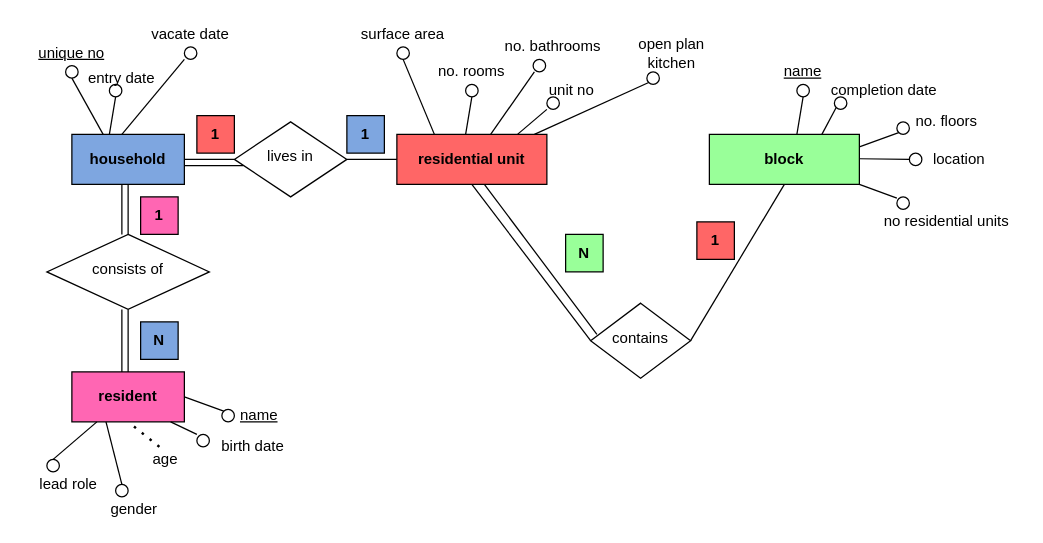
The draw.io diagram Untitled Diagram.drawio in aarzt21/python, before the edit. Source tidied: cells renumbered, new cells numbered last; positions are measured from the earlier drawing's top-left corner, leaving out a move shared by most shapes. Both pictures are drawn from the tidied source at 125%, with x=0, y=0 at pixel (21, 21).
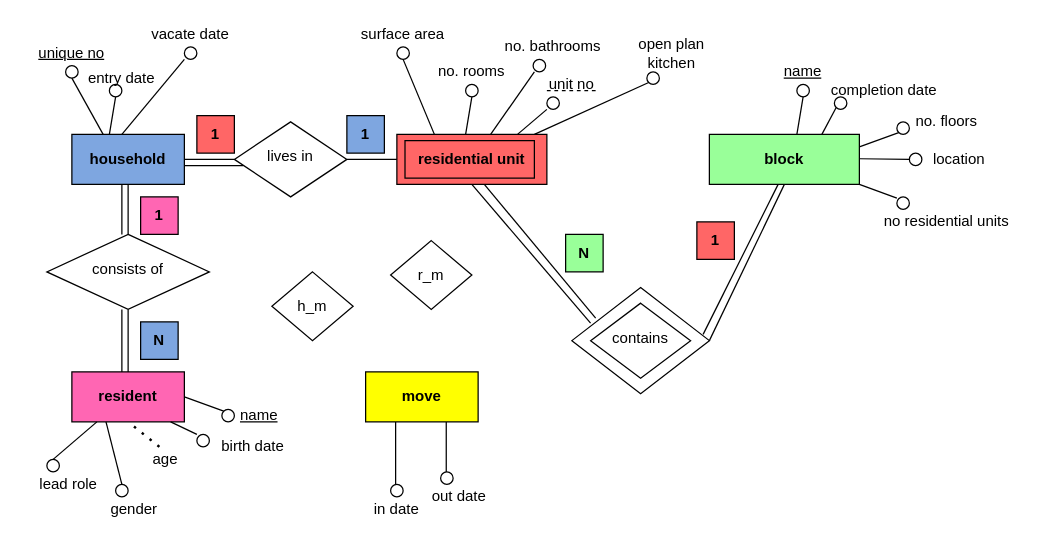
Above is the later version.

The change refers to these unchanged cells:
```xml
<mxCell id="2" value="contains" style="rhombus;whiteSpace=wrap;html=1;shadow=0;fontFamily=Helvetica;fontSize=12;align=center;strokeWidth=1;spacing=6;spacingTop=-4;" parent="1" vertex="1">
  <mxGeometry x="455" y="225" width="80" height="60" as="geometry" />
</mxCell>
<mxCell id="5" value="&lt;b&gt;residential unit&lt;/b&gt;" style="rounded=0;whiteSpace=wrap;html=1;fillColor=#FF6666;gradientColor=none;" parent="1" vertex="1">
  <mxGeometry x="300" y="90" width="120" height="40" as="geometry" />
</mxCell>
```

The edit, as a diff of the source:
```diff
@@
-    <mxCell id="3" style="endArrow=none;html=1;entryX=0.5;entryY=1;entryDx=0;entryDy=0;exitX=1;exitY=0.5;exitDx=0;exitDy=0;" parent="1" edge="1" source="2">
+    <mxCell id="3" style="endArrow=none;html=1;entryX=0.5;entryY=1;entryDx=0;entryDy=0;exitX=1;exitY=0.5;exitDx=0;exitDy=0;" parent="1" edge="1" source="80">
       <mxGeometry relative="1" as="geometry">
         <mxPoint x="610" y="130" as="targetPoint" />
       </mxGeometry>
     </mxCell>
-    <mxCell id="4" style="endArrow=none;html=1;entryX=0.5;entryY=1;entryDx=0;entryDy=0;exitX=0;exitY=0.5;exitDx=0;exitDy=0;" parent="1" edge="1" source="2">
+    <mxCell id="4" style="endArrow=none;html=1;entryX=0.5;entryY=1;entryDx=0;entryDy=0;exitX=0.136;exitY=0.335;exitDx=0;exitDy=0;exitPerimeter=0;" parent="1" edge="1" source="80">
       <mxGeometry relative="1" as="geometry">
         <mxPoint x="360" y="130" as="targetPoint" />
       </mxGeometry>
     </mxCell>
@@
     <mxCell id="39" value="unit no" style="text;html=1;strokeColor=none;fillColor=none;align=center;verticalAlign=middle;whiteSpace=wrap;rounded=0;" parent="1" vertex="1">
-      <mxGeometry x="400" y="45" width="80" height="20" as="geometry" />
+      <mxGeometry x="400" y="40" width="80" height="20" as="geometry" />
     </mxCell>
@@
-    <mxCell id="76" style="endArrow=none;html=1;" parent="1" edge="1">
-      <mxGeometry relative="1" as="geometry">
-        <mxPoint x="460" y="250" as="sourcePoint" />
-        <mxPoint x="370" y="130" as="targetPoint" />
-      </mxGeometry>
+    <mxCell id="76" style="endArrow=none;html=1;entryX=0.583;entryY=1;entryDx=0;entryDy=0;entryPerimeter=0;exitX=0.173;exitY=0.288;exitDx=0;exitDy=0;exitPerimeter=0;" parent="1" edge="1" source="80" target="5">
+      <mxGeometry relative="1" as="geometry" />
     </mxCell>
@@
+    <mxCell id="78" style="rounded=0;whiteSpace=wrap;html=1;fillColor=none;gradientColor=none;" parent="1" vertex="1">
+      <mxGeometry x="306.5" y="95" width="103.5" height="30" as="geometry" />
+    </mxCell>
+    <mxCell id="79" style="endArrow=none;dashed=1;html=1;" parent="1" edge="1">
+      <mxGeometry relative="1" as="geometry">
+        <mxPoint x="420" y="55" as="sourcePoint" />
+        <mxPoint x="460" y="55" as="targetPoint" />
+      </mxGeometry>
+    </mxCell>
+    <mxCell id="80" style="rhombus;whiteSpace=wrap;html=1;fillColor=none;gradientColor=none;" parent="1" vertex="1">
+      <mxGeometry x="440" y="212.5" width="110" height="85" as="geometry" />
+    </mxCell>
+    <mxCell id="81" style="endArrow=none;html=1;exitX=1;exitY=0.5;exitDx=0;exitDy=0;" parent="1" edge="1">
+      <mxGeometry relative="1" as="geometry">
+        <mxPoint x="545" y="250" as="sourcePoint" />
+        <mxPoint x="605" y="130" as="targetPoint" />
+      </mxGeometry>
+    </mxCell>
+    <mxCell id="82" value="&lt;b&gt;move&lt;/b&gt;" style="rounded=0;whiteSpace=wrap;html=1;gradientColor=none;fillColor=#FFFF00;" parent="1" vertex="1">
+      <mxGeometry x="275" y="280" width="90" height="40" as="geometry" />
+    </mxCell>
+    <mxCell id="83" value="in date" style="text;html=1;strokeColor=none;fillColor=none;align=center;verticalAlign=middle;whiteSpace=wrap;rounded=0;" parent="1" vertex="1">
+      <mxGeometry x="265" y="380" width="70" height="20" as="geometry" />
+    </mxCell>
+    <mxCell id="84" value="out date" style="text;html=1;strokeColor=none;fillColor=none;align=center;verticalAlign=middle;whiteSpace=wrap;rounded=0;" parent="1" vertex="1">
+      <mxGeometry x="315" y="370" width="70" height="20" as="geometry" />
+    </mxCell>
+    <mxCell id="85" value="h_m" style="rhombus;whiteSpace=wrap;html=1;fillColor=none;gradientColor=none;" parent="1" vertex="1">
+      <mxGeometry x="200" y="200" width="65" height="55" as="geometry" />
+    </mxCell>
+    <mxCell id="86" style="endArrow=none;html=1;" parent="1" edge="1">
+      <mxGeometry relative="1" as="geometry">
+        <mxPoint x="299" y="370" as="sourcePoint" />
+        <mxPoint x="299" y="320" as="targetPoint" />
+      </mxGeometry>
+    </mxCell>
+    <mxCell id="87" style="endArrow=none;html=1;" parent="1" edge="1">
+      <mxGeometry relative="1" as="geometry">
+        <mxPoint x="339.5" y="360" as="sourcePoint" />
+        <mxPoint x="339.5" y="320" as="targetPoint" />
+      </mxGeometry>
+    </mxCell>
+    <mxCell id="88" style="ellipse;whiteSpace=wrap;html=1;fillColor=none;gradientColor=none;" parent="1" vertex="1">
+      <mxGeometry x="295" y="370" width="10" height="10" as="geometry" />
+    </mxCell>
+    <mxCell id="89" style="ellipse;whiteSpace=wrap;html=1;fillColor=none;gradientColor=none;" parent="1" vertex="1">
+      <mxGeometry x="335" y="360" width="10" height="10" as="geometry" />
+    </mxCell>
+    <mxCell id="90" value="r_m" style="rhombus;whiteSpace=wrap;html=1;fillColor=none;gradientColor=none;" parent="1" vertex="1">
+      <mxGeometry x="295" y="175" width="65" height="55" as="geometry" />
+    </mxCell>
```
